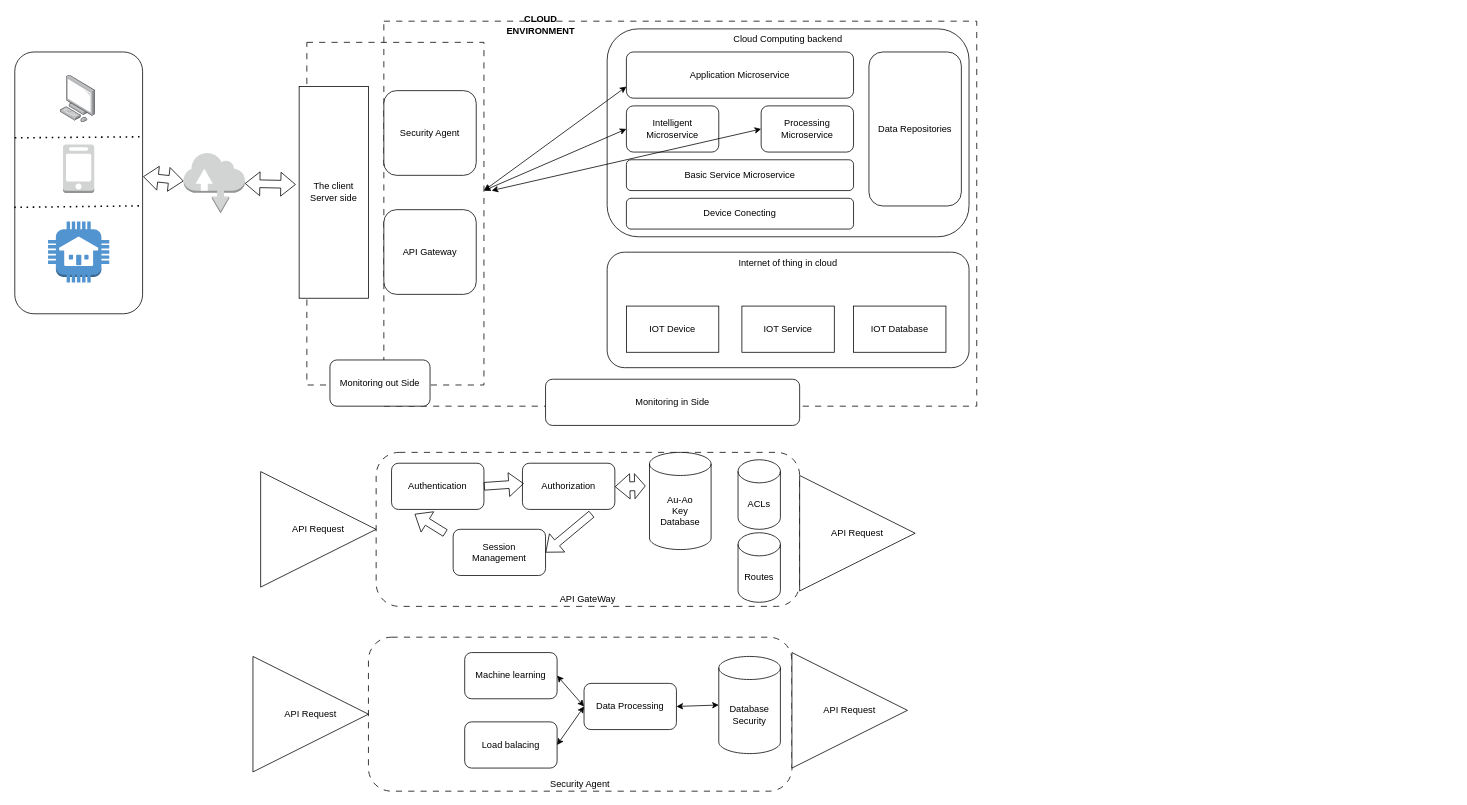
This is Untitled Diagram.drawio from Sang-ATTN-UIT/API-GateWay, a draw.io file, before an edit. Source tidied: cells renumbered, new cells numbered last; positions are measured from the earlier drawing's top-left corner, leaving out a move shared by most shapes. Both pictures are drawn from the tidied source at 77%, with x=0, y=0 at pixel (14, 13).
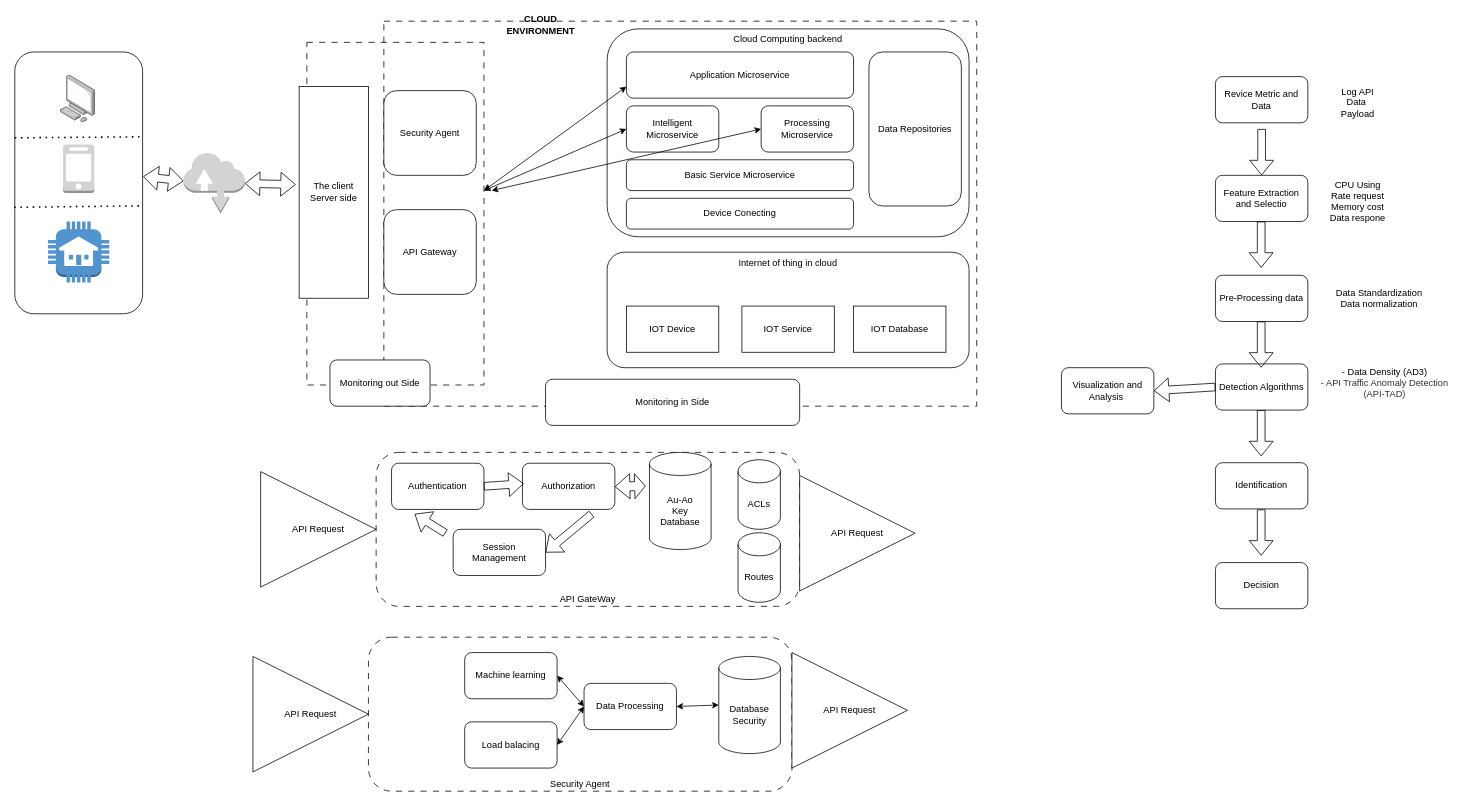
After the change.

What changed in the source:
```diff
@@
+    <mxCell id="56" value="Revice Metric and Data" style="rounded=1;whiteSpace=wrap;html=1;" parent="1" vertex="1">
+      <mxGeometry x="1560" y="82" width="120" height="60" as="geometry" />
+    </mxCell>
+    <mxCell id="57" value="Feature Extraction and Selectio" style="rounded=1;whiteSpace=wrap;html=1;" parent="1" vertex="1">
+      <mxGeometry x="1560" y="210.2" width="120" height="60" as="geometry" />
+    </mxCell>
+    <mxCell id="58" value="Pre-Processing data" style="rounded=1;whiteSpace=wrap;html=1;" parent="1" vertex="1">
+      <mxGeometry x="1560" y="340" width="120" height="60" as="geometry" />
+    </mxCell>
+    <mxCell id="59" value="Detection Algorithms" style="rounded=1;whiteSpace=wrap;html=1;" parent="1" vertex="1">
+      <mxGeometry x="1560" y="455.1" width="120" height="60" as="geometry" />
+    </mxCell>
+    <mxCell id="60" value="Identification" style="rounded=1;whiteSpace=wrap;html=1;" parent="1" vertex="1">
+      <mxGeometry x="1560" y="583.4" width="120" height="60" as="geometry" />
+    </mxCell>
+    <mxCell id="61" value="Decision" style="rounded=1;whiteSpace=wrap;html=1;" parent="1" vertex="1">
+      <mxGeometry x="1560" y="713.1" width="120" height="60" as="geometry" />
+    </mxCell>
+    <mxCell id="62" value="Visualization and Analysis&amp;nbsp;" style="rounded=1;whiteSpace=wrap;html=1;" parent="1" vertex="1">
+      <mxGeometry x="1360" y="460" width="120" height="60" as="geometry" />
+    </mxCell>
+    <mxCell id="63" style="shape=flexArrow;endArrow=classic;html=1;rounded=0;entryX=0.5;entryY=0;entryDx=0;entryDy=0;" parent="1" edge="1" target="57">
+      <mxGeometry relative="1" as="geometry">
+        <mxPoint x="1620" y="150" as="sourcePoint" />
+      </mxGeometry>
+    </mxCell>
+    <mxCell id="64" style="shape=flexArrow;endArrow=classic;html=1;rounded=0;entryX=0.5;entryY=0;entryDx=0;entryDy=0;" parent="1" edge="1">
+      <mxGeometry relative="1" as="geometry">
+        <mxPoint x="1619.4" y="270.2" as="sourcePoint" />
+        <mxPoint x="1619.4" y="330.2" as="targetPoint" />
+      </mxGeometry>
+    </mxCell>
+    <mxCell id="65" style="shape=flexArrow;endArrow=classic;html=1;rounded=0;entryX=0.5;entryY=0;entryDx=0;entryDy=0;" parent="1" edge="1">
+      <mxGeometry relative="1" as="geometry">
+        <mxPoint x="1619.4" y="400" as="sourcePoint" />
+        <mxPoint x="1619.4" y="460" as="targetPoint" />
+      </mxGeometry>
+    </mxCell>
+    <mxCell id="66" style="shape=flexArrow;endArrow=classic;html=1;rounded=0;entryX=0.5;entryY=0;entryDx=0;entryDy=0;" parent="1" edge="1">
+      <mxGeometry relative="1" as="geometry">
+        <mxPoint x="1619.4" y="515.1" as="sourcePoint" />
+        <mxPoint x="1619.4" y="575.1" as="targetPoint" />
+      </mxGeometry>
+    </mxCell>
+    <mxCell id="67" style="shape=flexArrow;endArrow=classic;html=1;rounded=0;entryX=0.5;entryY=0;entryDx=0;entryDy=0;" parent="1" edge="1">
+      <mxGeometry relative="1" as="geometry">
+        <mxPoint x="1619.4" y="644.1" as="sourcePoint" />
+        <mxPoint x="1619.4" y="704.1" as="targetPoint" />
+      </mxGeometry>
+    </mxCell>
+    <mxCell id="68" style="shape=flexArrow;endArrow=classic;html=1;rounded=0;entryX=1;entryY=0.5;entryDx=0;entryDy=0;exitX=0;exitY=0.5;exitDx=0;exitDy=0;" parent="1" edge="1" source="59" target="62">
+      <mxGeometry relative="1" as="geometry" />
+    </mxCell>
+    <mxCell id="69" value="Log API&lt;br&gt;Data&amp;nbsp;&lt;br&gt;Payload" style="text;html=1;strokeColor=none;fillColor=none;align=center;verticalAlign=middle;whiteSpace=wrap;rounded=0;" parent="1" vertex="1">
+      <mxGeometry x="1690" y="82" width="110" height="68" as="geometry" />
+    </mxCell>
+    <mxCell id="70" value="CPU Using&lt;br&gt;Rate request&lt;br&gt;Memory cost&lt;br&gt;Data respone" style="text;html=1;strokeColor=none;fillColor=none;align=center;verticalAlign=middle;whiteSpace=wrap;rounded=0;" parent="1" vertex="1">
+      <mxGeometry x="1690" y="210.2" width="110" height="68" as="geometry" />
+    </mxCell>
+    <mxCell id="71" value="Data Standardization&amp;nbsp;&lt;br&gt;Data normalization&amp;nbsp;" style="text;html=1;strokeColor=none;fillColor=none;align=center;verticalAlign=middle;whiteSpace=wrap;rounded=0;" parent="1" vertex="1">
+      <mxGeometry x="1697.5" y="340" width="152.5" height="60" as="geometry" />
+    </mxCell>
+    <mxCell id="72" value="- Data Density (AD3)&lt;br&gt;&lt;span style=&quot;background-color: white; color: rgb(51, 51, 51); text-indent: -7.1pt;&quot;&gt;- API Traffic Anomaly Detection (API-TAD)&lt;/span&gt;" style="text;html=1;strokeColor=none;fillColor=none;align=center;verticalAlign=middle;whiteSpace=wrap;rounded=0;" parent="1" vertex="1">
+      <mxGeometry x="1690" y="465" width="180" height="30" as="geometry" />
+    </mxCell>
```
